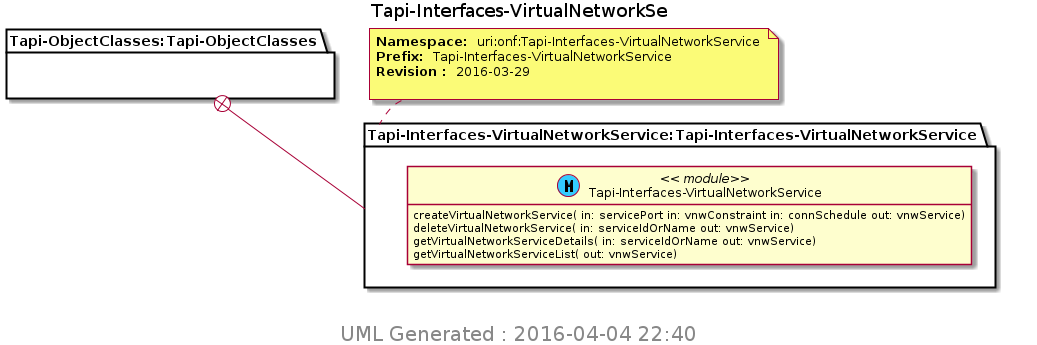
The PlantUML diagram TransportAPI/YANG/pyang_uml/Tapi-Interfaces-VirtualNetworkSe.png in Open-Network-Models-and-Interfaces-ONMI/TAPI, before a commit.
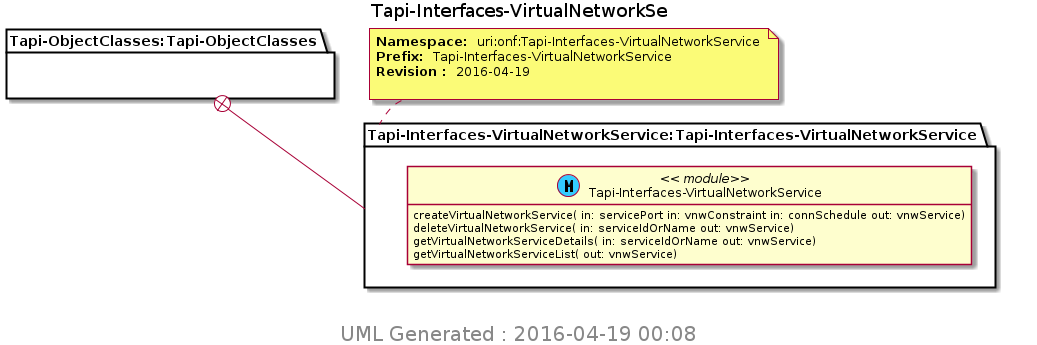
The same diagram one commit later.

Change to the diagram source:
```diff
@@ -10,7 +10,7 @@
 Title Tapi-Interfaces-VirtualNetworkSe
 package "Tapi-ObjectClasses:Tapi-ObjectClasses" as Tapi_ObjectClasses_Tapi_ObjectClasses {
 }
-note top of Tapi_Interfaces_VirtualNetworkService_Tapi_Interfaces_VirtualNetworkService : <b>Namespace: </b> uri:onf:Tapi-Interfaces-VirtualNetworkService \n<b>Prefix: </b> Tapi-Interfaces-VirtualNetworkService \n<b>Revision : </b> 2016-03-29 \n
+note top of Tapi_Interfaces_VirtualNetworkService_Tapi_Interfaces_VirtualNetworkService : <b>Namespace: </b> uri:onf:Tapi-Interfaces-VirtualNetworkService \n<b>Prefix: </b> Tapi-Interfaces-VirtualNetworkService \n<b>Revision : </b> 2016-04-19 \n
 package "Tapi-Interfaces-VirtualNetworkService:Tapi-Interfaces-VirtualNetworkService" as Tapi_Interfaces_VirtualNetworkService_Tapi_Interfaces_VirtualNetworkService {
 Tapi_ObjectClasses_Tapi_ObjectClasses +-- Tapi_Interfaces_VirtualNetworkService_Tapi_Interfaces_VirtualNetworkService
 class "Tapi-Interfaces-VirtualNetworkService" as Tapi_Interfaces_VirtualNetworkService << (M, #33CCFF) module>>
@@ -21,6 +21,6 @@
 }
 
 center footer
- <size:20> UML Generated : 2016-04-04 22:40 </size>
+ <size:20> UML Generated : 2016-04-19 00:08 </size>
  endfooter
 @enduml
```
